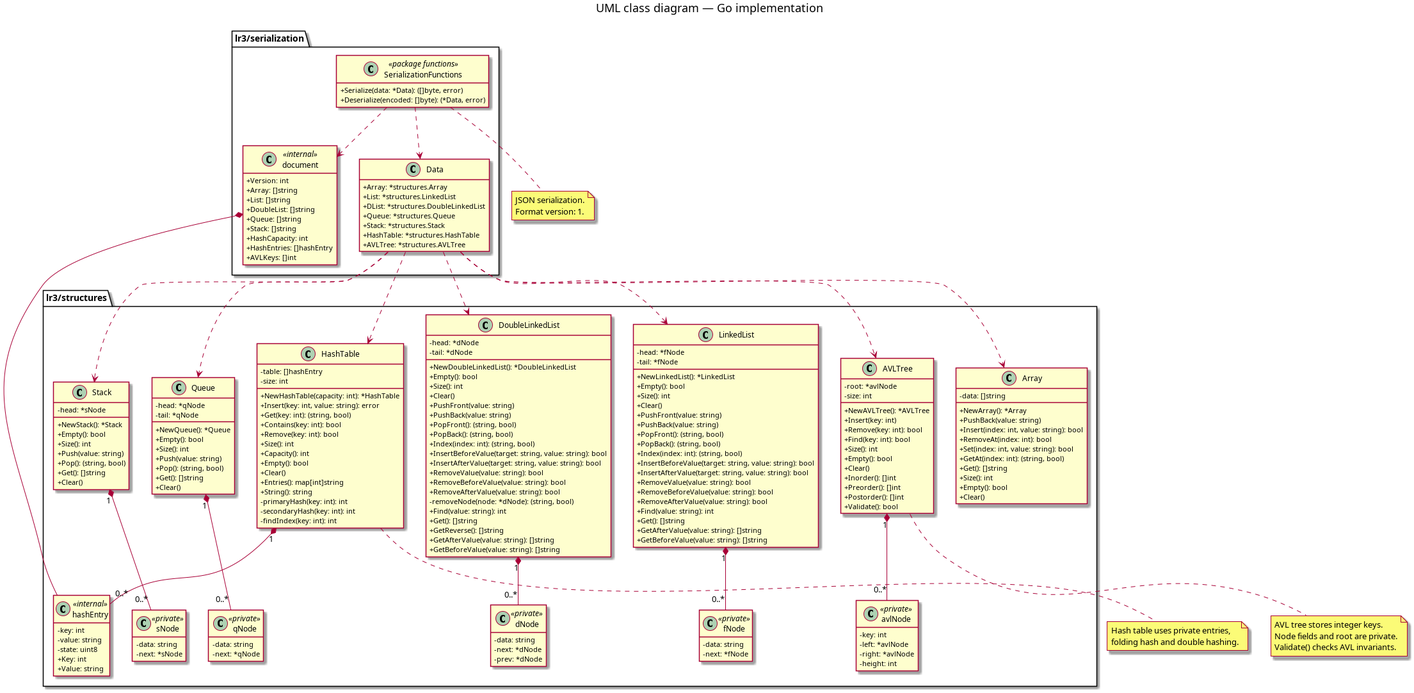
Earlier version of the PlantUML export docs/uml/go.png (kossolap/LR3-). Its source is kept beside it as docs/uml/go.puml.
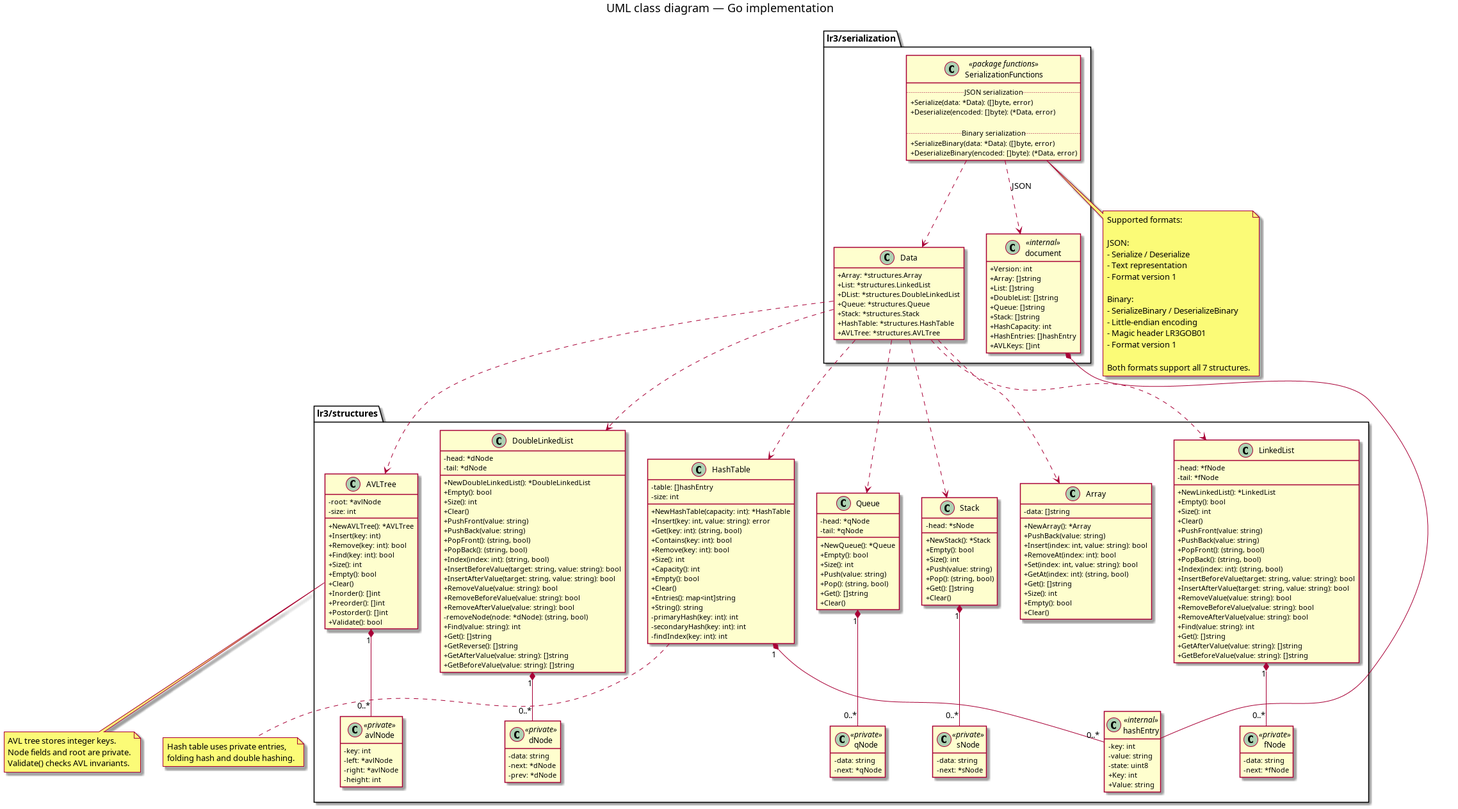
The same diagram one commit later.

Diff of the diagram source:
```diff
@@ -124,7 +124,7 @@
         + Capacity(): int
         + Empty(): bool
         + Clear()
-        + Entries(): map[int]string
+        + Entries(): map<int]string
         + String(): string
         - primaryHash(key: int): int
         - secondaryHash(key: int): int
@@ -198,8 +198,13 @@
     }
 
     class SerializationFunctions <<package functions>> {
+        .. JSON serialization ..
         + Serialize(data: *Data): ([]byte, error)
         + Deserialize(encoded: []byte): (*Data, error)
+
+        .. Binary serialization ..
+        + SerializeBinary(data: *Data): ([]byte, error)
+        + DeserializeBinary(encoded: []byte): (*Data, error)
     }
 
     Data ..> Array
@@ -212,7 +217,7 @@
 
     document *-- hashEntry
     SerializationFunctions ..> Data
-    SerializationFunctions ..> document
+    SerializationFunctions ..> document : JSON
 }
 
 note bottom of HashTable
@@ -227,8 +232,20 @@
 end note
 
 note bottom of SerializationFunctions
-  JSON serialization.
-  Format version: 1.
+  Supported formats:
+
+  JSON:
+  - Serialize / Deserialize
+  - Text representation
+  - Format version 1
+
+  Binary:
+  - SerializeBinary / DeserializeBinary
+  - Little-endian encoding
+  - Magic header LR3GOB01
+  - Format version 1
+
+  Both formats support all 7 structures.
 end note
 
 @enduml
```
